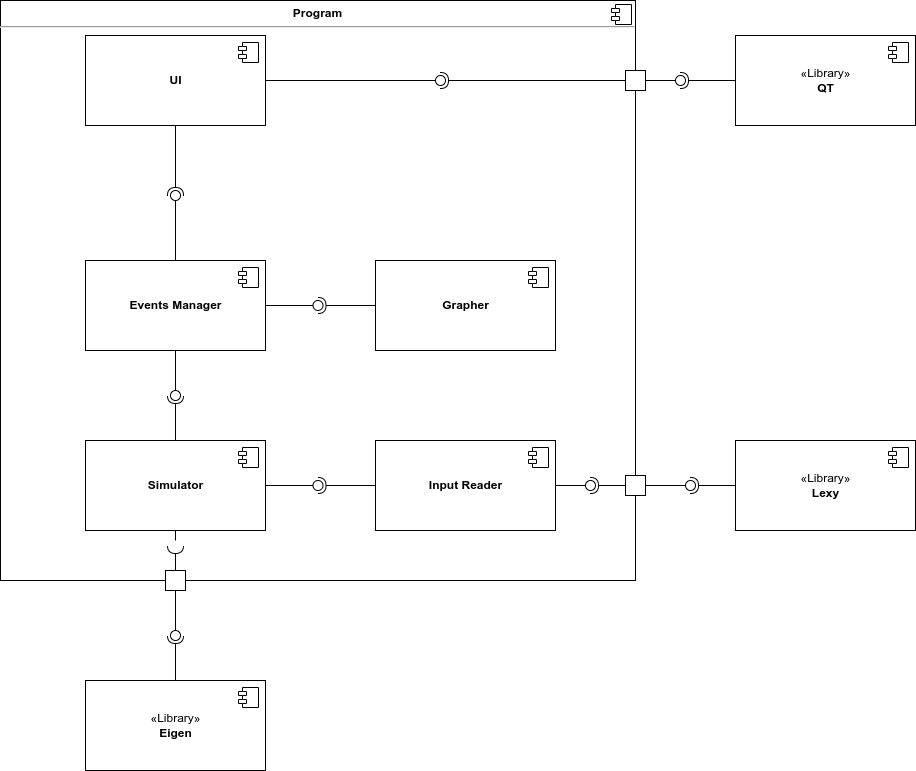
Above: design/diagrams/component/high level components.png in EmmanuelMess/ConstraintBasedSimulator (draw.io), before the change. Source tidied: cells renumbered, new cells last; positions are measured from the earlier drawing's top-left corner, leaving out a move shared by most shapes.
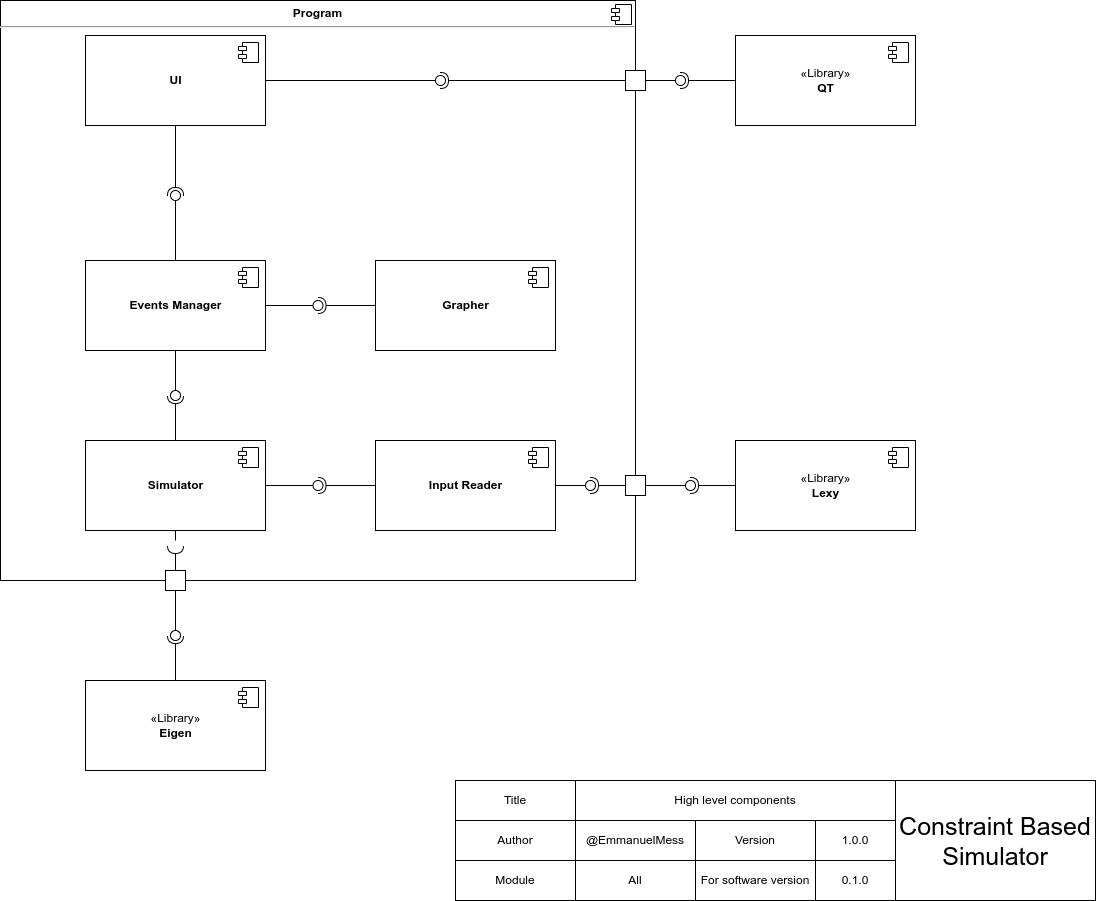
After the commit.

Change to the diagram source:
```diff
@@ -174,5 +174,38 @@
     <mxCell id="51" style="ellipse;whiteSpace=wrap;html=1;align=center;points=[];outlineConnect=0;sketch=0;fillColor=default;" parent="1" vertex="1">
       <mxGeometry x="585" y="480" width="10" height="10" as="geometry" />
     </mxCell>
+    <mxCell id="52" value="Title" style="rounded=0;whiteSpace=wrap;html=1;" parent="1" vertex="1">
+      <mxGeometry x="455" y="780" width="120" height="40" as="geometry" />
+    </mxCell>
+    <mxCell id="53" value="High level components" style="rounded=0;whiteSpace=wrap;html=1;" parent="1" vertex="1">
+      <mxGeometry x="575" y="780" width="320" height="40" as="geometry" />
+    </mxCell>
+    <mxCell id="54" value="Module" style="rounded=0;whiteSpace=wrap;html=1;" parent="1" vertex="1">
+      <mxGeometry x="455" y="860" width="120" height="40" as="geometry" />
+    </mxCell>
+    <mxCell id="55" value="Author" style="rounded=0;whiteSpace=wrap;html=1;" parent="1" vertex="1">
+      <mxGeometry x="455" y="820" width="120" height="40" as="geometry" />
+    </mxCell>
+    <mxCell id="56" value="@EmmanuelMess" style="rounded=0;whiteSpace=wrap;html=1;" parent="1" vertex="1">
+      <mxGeometry x="575" y="820" width="120" height="40" as="geometry" />
+    </mxCell>
+    <mxCell id="57" value="All" style="rounded=0;whiteSpace=wrap;html=1;" parent="1" vertex="1">
+      <mxGeometry x="575" y="860" width="120" height="40" as="geometry" />
+    </mxCell>
+    <mxCell id="58" value="Version" style="rounded=0;whiteSpace=wrap;html=1;" parent="1" vertex="1">
+      <mxGeometry x="695" y="820" width="120" height="40" as="geometry" />
+    </mxCell>
+    <mxCell id="59" value="&lt;font style=&quot;font-size: 25px;&quot;&gt;Constraint Based Simulator&lt;/font&gt;" style="rounded=0;whiteSpace=wrap;html=1;" parent="1" vertex="1">
+      <mxGeometry x="895" y="780" width="200" height="120" as="geometry" />
+    </mxCell>
+    <mxCell id="60" value="1.0.0" style="rounded=0;whiteSpace=wrap;html=1;" parent="1" vertex="1">
+      <mxGeometry x="815" y="820" width="80" height="40" as="geometry" />
+    </mxCell>
+    <mxCell id="61" value="For software version" style="rounded=0;whiteSpace=wrap;html=1;" parent="1" vertex="1">
+      <mxGeometry x="695" y="860" width="120" height="40" as="geometry" />
+    </mxCell>
+    <mxCell id="62" value="0.1.0" style="rounded=0;whiteSpace=wrap;html=1;" parent="1" vertex="1">
+      <mxGeometry x="815" y="860" width="80" height="40" as="geometry" />
+    </mxCell>
   </root>
 </mxGraphModel>
```
